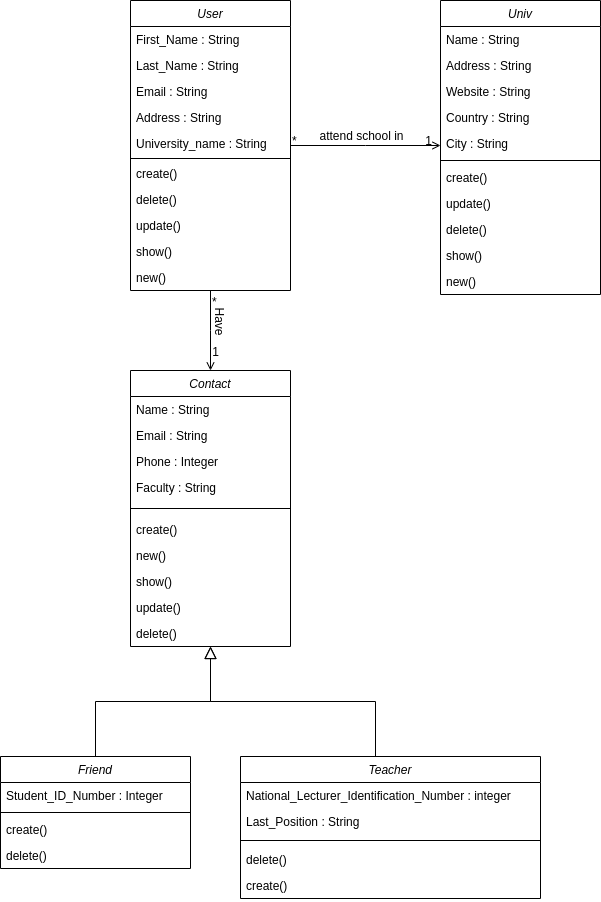
The draw.io diagram DPL_UML_RAILS.png in MyPumpkinz/Inheritance-in-Rails, before a commit. Source tidied: cells renumbered, new cells last; positions are measured from the earlier drawing's top-left corner, leaving out a move shared by most shapes. The source it was exported from:
```xml
<mxGraphModel>
  <root>
    <mxCell id="0" />
    <mxCell id="1" parent="0" />
    <mxCell id="2" value="User" style="swimlane;fontStyle=2;align=center;verticalAlign=top;horizontal=1;startSize=26;rounded=0;shadow=0;strokeWidth=1;" parent="1" vertex="1">
      <mxGeometry x="130" width="160" height="290" as="geometry" />
    </mxCell>
    <mxCell id="3" value="First_Name : String" style="text;align=left;verticalAlign=top;spacingLeft=4;spacingRight=4;overflow=hidden;" parent="2" vertex="1">
      <mxGeometry y="26" width="160" height="26" as="geometry" />
    </mxCell>
    <mxCell id="4" value="Last_Name : String" style="text;align=left;verticalAlign=top;spacingLeft=4;spacingRight=4;overflow=hidden;rounded=0;shadow=0;html=0;" parent="2" vertex="1">
      <mxGeometry y="52" width="160" height="26" as="geometry" />
    </mxCell>
    <mxCell id="5" value="Email : String" style="text;align=left;verticalAlign=top;spacingLeft=4;spacingRight=4;overflow=hidden;rounded=0;shadow=0;html=0;" parent="2" vertex="1">
      <mxGeometry y="78" width="160" height="26" as="geometry" />
    </mxCell>
    <mxCell id="6" value="Address : String" style="text;align=left;verticalAlign=top;spacingLeft=4;spacingRight=4;overflow=hidden;rounded=0;shadow=0;html=0;" parent="2" vertex="1">
      <mxGeometry y="104" width="160" height="26" as="geometry" />
    </mxCell>
    <mxCell id="7" value="University_name : String" style="text;align=left;verticalAlign=top;spacingLeft=4;spacingRight=4;overflow=hidden;points=[[0,0.5],[1,0.5]];portConstraint=eastwest;rounded=0;shadow=0;html=0;" parent="2" vertex="1">
      <mxGeometry y="130" width="160" height="26" as="geometry" />
    </mxCell>
    <mxCell id="8" style="line;html=1;strokeWidth=1;align=left;verticalAlign=middle;spacingTop=-1;spacingLeft=3;spacingRight=3;labelPosition=right;" parent="2" vertex="1">
      <mxGeometry y="156" width="160" height="4" as="geometry" />
    </mxCell>
    <mxCell id="9" value="create()" style="text;align=left;verticalAlign=top;spacingLeft=4;spacingRight=4;overflow=hidden;" parent="2" vertex="1">
      <mxGeometry y="160" width="160" height="26" as="geometry" />
    </mxCell>
    <mxCell id="10" value="delete()" style="text;align=left;verticalAlign=top;spacingLeft=4;spacingRight=4;overflow=hidden;" parent="2" vertex="1">
      <mxGeometry y="186" width="160" height="26" as="geometry" />
    </mxCell>
    <mxCell id="11" value="update()" style="text;align=left;verticalAlign=top;spacingLeft=4;spacingRight=4;overflow=hidden;" parent="2" vertex="1">
      <mxGeometry y="212" width="160" height="26" as="geometry" />
    </mxCell>
    <mxCell id="12" value="show()" style="text;align=left;verticalAlign=top;spacingLeft=4;spacingRight=4;overflow=hidden;" parent="2" vertex="1">
      <mxGeometry y="238" width="160" height="26" as="geometry" />
    </mxCell>
    <mxCell id="13" value="new()" style="text;align=left;verticalAlign=top;spacingLeft=4;spacingRight=4;overflow=hidden;points=[[0,0.5],[1,0.5]];portConstraint=eastwest;" parent="2" vertex="1">
      <mxGeometry y="264" width="160" height="26" as="geometry" />
    </mxCell>
    <mxCell id="14" value="Friend" style="swimlane;fontStyle=2;align=center;verticalAlign=top;horizontal=1;startSize=26;rounded=0;shadow=0;strokeWidth=1;" parent="1" vertex="1">
      <mxGeometry y="756" width="190" height="112" as="geometry" />
    </mxCell>
    <mxCell id="15" value="Student_ID_Number : Integer" style="text;align=left;verticalAlign=top;spacingLeft=4;spacingRight=4;overflow=hidden;rounded=0;shadow=0;html=0;" parent="14" vertex="1">
      <mxGeometry y="26" width="190" height="26" as="geometry" />
    </mxCell>
    <mxCell id="16" style="line;html=1;strokeWidth=1;align=left;verticalAlign=middle;spacingTop=-1;spacingLeft=3;spacingRight=3;labelPosition=right;" parent="14" vertex="1">
      <mxGeometry y="52" width="190" height="8" as="geometry" />
    </mxCell>
    <mxCell id="17" value="create()" style="text;align=left;verticalAlign=top;spacingLeft=4;spacingRight=4;overflow=hidden;" parent="14" vertex="1">
      <mxGeometry y="60" width="190" height="26" as="geometry" />
    </mxCell>
    <mxCell id="18" value="delete()" style="text;align=left;verticalAlign=top;spacingLeft=4;spacingRight=4;overflow=hidden;" parent="14" vertex="1">
      <mxGeometry y="86" width="190" height="26" as="geometry" />
    </mxCell>
    <mxCell id="19" style="endArrow=block;endSize=10;endFill=0;shadow=0;strokeWidth=1;rounded=0;edgeStyle=elbowEdgeStyle;elbow=vertical;exitX=0.5;exitY=0;exitDx=0;exitDy=0;" parent="1" edge="1" source="14" target="53">
      <mxGeometry relative="1" as="geometry" />
    </mxCell>
    <mxCell id="20" value="Teacher" style="swimlane;fontStyle=2;align=center;verticalAlign=top;horizontal=1;startSize=26;rounded=0;shadow=0;strokeWidth=1;" parent="1" vertex="1">
      <mxGeometry x="240" y="756" width="300" height="142" as="geometry" />
    </mxCell>
    <mxCell id="21" value="National_Lecturer_Identification_Number : integer" style="text;align=left;verticalAlign=top;spacingLeft=4;spacingRight=4;overflow=hidden;rounded=0;shadow=0;html=0;" parent="20" vertex="1">
      <mxGeometry y="26" width="300" height="26" as="geometry" />
    </mxCell>
    <mxCell id="22" value="Last_Position : String" style="text;align=left;verticalAlign=top;spacingLeft=4;spacingRight=4;overflow=hidden;rounded=0;shadow=0;html=0;" parent="20" vertex="1">
      <mxGeometry y="52" width="300" height="26" as="geometry" />
    </mxCell>
    <mxCell id="23" style="line;html=1;strokeWidth=1;align=left;verticalAlign=middle;spacingTop=-1;spacingLeft=3;spacingRight=3;labelPosition=right;" parent="20" vertex="1">
      <mxGeometry y="78" width="300" height="12" as="geometry" />
    </mxCell>
    <mxCell id="24" value="delete()" style="text;align=left;verticalAlign=top;spacingLeft=4;spacingRight=4;overflow=hidden;" parent="20" vertex="1">
      <mxGeometry y="90" width="300" height="26" as="geometry" />
    </mxCell>
    <mxCell id="25" value="create()" style="text;align=left;verticalAlign=top;spacingLeft=4;spacingRight=4;overflow=hidden;" parent="20" vertex="1">
      <mxGeometry y="116" width="300" height="26" as="geometry" />
    </mxCell>
    <mxCell id="26" style="endArrow=block;endSize=10;endFill=0;shadow=0;strokeWidth=1;rounded=0;edgeStyle=elbowEdgeStyle;elbow=vertical;entryX=0.5;entryY=1;entryDx=0;entryDy=0;" parent="1" edge="1" target="43">
      <mxGeometry relative="1" as="geometry">
        <mxPoint x="375" y="756" as="sourcePoint" />
      </mxGeometry>
    </mxCell>
    <mxCell id="27" value="Univ" style="swimlane;fontStyle=2;align=center;verticalAlign=top;horizontal=1;startSize=26;rounded=0;shadow=0;strokeWidth=1;" parent="1" vertex="1">
      <mxGeometry x="440" width="160" height="294" as="geometry" />
    </mxCell>
    <mxCell id="28" value="Name : String" style="text;align=left;verticalAlign=top;spacingLeft=4;spacingRight=4;overflow=hidden;" parent="27" vertex="1">
      <mxGeometry y="26" width="160" height="26" as="geometry" />
    </mxCell>
    <mxCell id="29" value="Address : String" style="text;align=left;verticalAlign=top;spacingLeft=4;spacingRight=4;overflow=hidden;rounded=0;shadow=0;html=0;" parent="27" vertex="1">
      <mxGeometry y="52" width="160" height="26" as="geometry" />
    </mxCell>
    <mxCell id="30" value="Website : String" style="text;align=left;verticalAlign=top;spacingLeft=4;spacingRight=4;overflow=hidden;rounded=0;shadow=0;html=0;" parent="27" vertex="1">
      <mxGeometry y="78" width="160" height="26" as="geometry" />
    </mxCell>
    <mxCell id="31" value="Country : String" style="text;align=left;verticalAlign=top;spacingLeft=4;spacingRight=4;overflow=hidden;rounded=0;shadow=0;html=0;" parent="27" vertex="1">
      <mxGeometry y="104" width="160" height="26" as="geometry" />
    </mxCell>
    <mxCell id="32" value="City : String" style="text;align=left;verticalAlign=top;spacingLeft=4;spacingRight=4;overflow=hidden;points=[[0,0.5],[1,0.5]];portConstraint=eastwest;rounded=0;shadow=0;html=0;" parent="27" vertex="1">
      <mxGeometry y="130" width="160" height="26" as="geometry" />
    </mxCell>
    <mxCell id="33" style="line;html=1;strokeWidth=1;align=left;verticalAlign=middle;spacingTop=-1;spacingLeft=3;spacingRight=3;labelPosition=right;" parent="27" vertex="1">
      <mxGeometry y="156" width="160" height="8" as="geometry" />
    </mxCell>
    <mxCell id="34" value="create()" style="text;align=left;verticalAlign=top;spacingLeft=4;spacingRight=4;overflow=hidden;" parent="27" vertex="1">
      <mxGeometry y="164" width="160" height="26" as="geometry" />
    </mxCell>
    <mxCell id="35" value="update()" style="text;align=left;verticalAlign=top;spacingLeft=4;spacingRight=4;overflow=hidden;" parent="27" vertex="1">
      <mxGeometry y="190" width="160" height="26" as="geometry" />
    </mxCell>
    <mxCell id="36" value="delete()" style="text;align=left;verticalAlign=top;spacingLeft=4;spacingRight=4;overflow=hidden;" parent="27" vertex="1">
      <mxGeometry y="216" width="160" height="26" as="geometry" />
    </mxCell>
    <mxCell id="37" value="show()" style="text;align=left;verticalAlign=top;spacingLeft=4;spacingRight=4;overflow=hidden;" parent="27" vertex="1">
      <mxGeometry y="242" width="160" height="26" as="geometry" />
    </mxCell>
    <mxCell id="38" value="new()" style="text;align=left;verticalAlign=top;spacingLeft=4;spacingRight=4;overflow=hidden;" parent="27" vertex="1">
      <mxGeometry y="268" width="160" height="26" as="geometry" />
    </mxCell>
    <mxCell id="39" style="endArrow=open;shadow=0;strokeWidth=1;rounded=0;endFill=1;edgeStyle=elbowEdgeStyle;elbow=vertical;" parent="1" edge="1" source="2" target="27">
      <mxGeometry x="0.5" y="41" relative="1" as="geometry">
        <mxPoint x="-40" y="32" as="offset" />
      </mxGeometry>
    </mxCell>
    <mxCell id="40" value="*" style="align=left;verticalAlign=bottom;labelBackgroundColor=none;fontSize=12;" parent="39" vertex="1">
      <mxGeometry x="-1" relative="1" as="geometry">
        <mxPoint y="4" as="offset" />
      </mxGeometry>
    </mxCell>
    <mxCell id="41" value="1" style="align=right;verticalAlign=bottom;labelBackgroundColor=none;fontSize=12;" parent="39" vertex="1">
      <mxGeometry x="1" relative="1" as="geometry">
        <mxPoint x="-7" y="4" as="offset" />
      </mxGeometry>
    </mxCell>
    <mxCell id="42" value="attend school in" style="text;html=1;align=center;verticalAlign=middle;labelBackgroundColor=none;rounded=0;shadow=0;strokeWidth=1;fontSize=12;" parent="39" vertex="1">
      <mxGeometry x="0.5" y="49" relative="1" as="geometry">
        <mxPoint x="-43" y="39" as="offset" />
      </mxGeometry>
    </mxCell>
    <mxCell id="43" value="Contact" style="swimlane;fontStyle=2;align=center;verticalAlign=top;horizontal=1;startSize=26;rounded=0;shadow=0;strokeWidth=1;" parent="1" vertex="1">
      <mxGeometry x="130" y="370" width="160" height="276" as="geometry" />
    </mxCell>
    <mxCell id="44" value="Name : String" style="text;align=left;verticalAlign=top;spacingLeft=4;spacingRight=4;overflow=hidden;" parent="43" vertex="1">
      <mxGeometry y="26" width="160" height="26" as="geometry" />
    </mxCell>
    <mxCell id="45" value="Email : String" style="text;align=left;verticalAlign=top;spacingLeft=4;spacingRight=4;overflow=hidden;rounded=0;shadow=0;html=0;" parent="43" vertex="1">
      <mxGeometry y="52" width="160" height="26" as="geometry" />
    </mxCell>
    <mxCell id="46" value="Phone : Integer" style="text;align=left;verticalAlign=top;spacingLeft=4;spacingRight=4;overflow=hidden;rounded=0;shadow=0;html=0;" parent="43" vertex="1">
      <mxGeometry y="78" width="160" height="26" as="geometry" />
    </mxCell>
    <mxCell id="47" value="Faculty : String" style="text;align=left;verticalAlign=top;spacingLeft=4;spacingRight=4;overflow=hidden;rounded=0;shadow=0;html=0;" parent="43" vertex="1">
      <mxGeometry y="104" width="160" height="26" as="geometry" />
    </mxCell>
    <mxCell id="48" style="line;html=1;strokeWidth=1;align=left;verticalAlign=middle;spacingTop=-1;spacingLeft=3;spacingRight=3;labelPosition=right;" parent="43" vertex="1">
      <mxGeometry y="130" width="160" height="16" as="geometry" />
    </mxCell>
    <mxCell id="49" value="create()" style="text;align=left;verticalAlign=top;spacingLeft=4;spacingRight=4;overflow=hidden;" parent="43" vertex="1">
      <mxGeometry y="146" width="160" height="26" as="geometry" />
    </mxCell>
    <mxCell id="50" value="new()" style="text;align=left;verticalAlign=top;spacingLeft=4;spacingRight=4;overflow=hidden;" parent="43" vertex="1">
      <mxGeometry y="172" width="160" height="26" as="geometry" />
    </mxCell>
    <mxCell id="51" value="show()" style="text;align=left;verticalAlign=top;spacingLeft=4;spacingRight=4;overflow=hidden;" parent="43" vertex="1">
      <mxGeometry y="198" width="160" height="26" as="geometry" />
    </mxCell>
    <mxCell id="52" value="update()" style="text;align=left;verticalAlign=top;spacingLeft=4;spacingRight=4;overflow=hidden;" parent="43" vertex="1">
      <mxGeometry y="224" width="160" height="26" as="geometry" />
    </mxCell>
    <mxCell id="53" value="delete()" style="text;align=left;verticalAlign=top;spacingLeft=4;spacingRight=4;overflow=hidden;points=[[0,0.5],[1,0.5]];portConstraint=eastwest;" parent="43" vertex="1">
      <mxGeometry y="250" width="160" height="26" as="geometry" />
    </mxCell>
    <mxCell id="54" style="endArrow=open;shadow=0;strokeWidth=1;rounded=0;endFill=1;edgeStyle=elbowEdgeStyle;elbow=vertical;" parent="1" edge="1">
      <mxGeometry x="0.5" y="41" relative="1" as="geometry">
        <mxPoint x="210" y="290" as="sourcePoint" />
        <mxPoint x="210" y="370" as="targetPoint" />
        <mxPoint x="-40" y="32" as="offset" />
      </mxGeometry>
    </mxCell>
    <mxCell id="55" value="*" style="align=left;verticalAlign=bottom;labelBackgroundColor=none;fontSize=12;" parent="54" vertex="1">
      <mxGeometry x="-1" relative="1" as="geometry">
        <mxPoint y="20" as="offset" />
      </mxGeometry>
    </mxCell>
    <mxCell id="56" value="1" style="align=right;verticalAlign=bottom;labelBackgroundColor=none;fontSize=12;" parent="54" vertex="1">
      <mxGeometry x="1" relative="1" as="geometry">
        <mxPoint x="10" y="-10" as="offset" />
      </mxGeometry>
    </mxCell>
    <mxCell id="57" value="Have" style="text;html=1;align=center;verticalAlign=middle;labelBackgroundColor=none;rounded=0;shadow=0;strokeWidth=1;fontSize=12;rotation=90;" parent="54" vertex="1">
      <mxGeometry x="0.5" y="49" relative="1" as="geometry">
        <mxPoint x="-39" y="-30" as="offset" />
      </mxGeometry>
    </mxCell>
  </root>
</mxGraphModel>
```
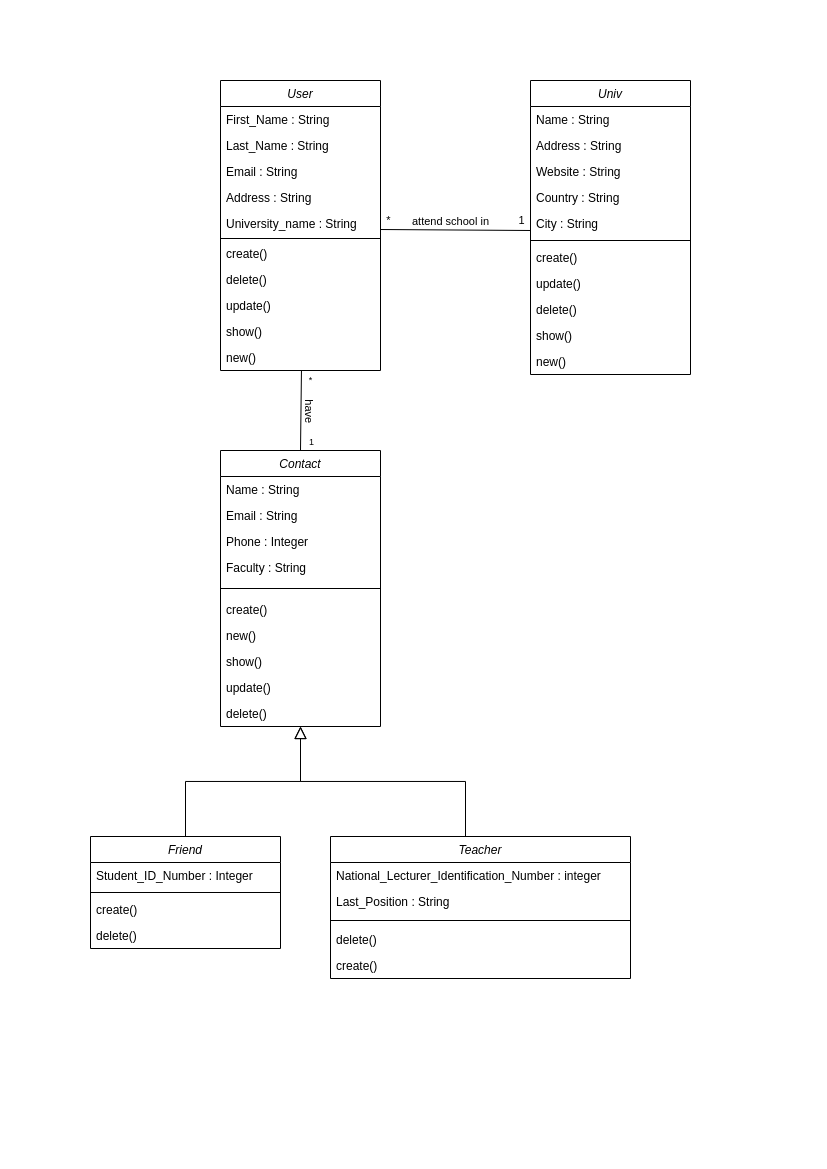
The same file after the commit.

The edit, as a diff of the source:
```diff
@@ -115,26 +115,6 @@
     <mxCell id="38" value="new()" style="text;align=left;verticalAlign=top;spacingLeft=4;spacingRight=4;overflow=hidden;" parent="27" vertex="1">
       <mxGeometry y="268" width="160" height="26" as="geometry" />
     </mxCell>
-    <mxCell id="39" style="endArrow=open;shadow=0;strokeWidth=1;rounded=0;endFill=1;edgeStyle=elbowEdgeStyle;elbow=vertical;" parent="1" edge="1" source="2" target="27">
-      <mxGeometry x="0.5" y="41" relative="1" as="geometry">
-        <mxPoint x="-40" y="32" as="offset" />
-      </mxGeometry>
-    </mxCell>
-    <mxCell id="40" value="*" style="align=left;verticalAlign=bottom;labelBackgroundColor=none;fontSize=12;" parent="39" vertex="1">
-      <mxGeometry x="-1" relative="1" as="geometry">
-        <mxPoint y="4" as="offset" />
-      </mxGeometry>
-    </mxCell>
-    <mxCell id="41" value="1" style="align=right;verticalAlign=bottom;labelBackgroundColor=none;fontSize=12;" parent="39" vertex="1">
-      <mxGeometry x="1" relative="1" as="geometry">
-        <mxPoint x="-7" y="4" as="offset" />
-      </mxGeometry>
-    </mxCell>
-    <mxCell id="42" value="attend school in" style="text;html=1;align=center;verticalAlign=middle;labelBackgroundColor=none;rounded=0;shadow=0;strokeWidth=1;fontSize=12;" parent="39" vertex="1">
-      <mxGeometry x="0.5" y="49" relative="1" as="geometry">
-        <mxPoint x="-43" y="39" as="offset" />
-      </mxGeometry>
-    </mxCell>
     <mxCell id="43" value="Contact" style="swimlane;fontStyle=2;align=center;verticalAlign=top;horizontal=1;startSize=26;rounded=0;shadow=0;strokeWidth=1;" parent="1" vertex="1">
       <mxGeometry x="130" y="370" width="160" height="276" as="geometry" />
     </mxCell>
@@ -168,27 +148,41 @@
     <mxCell id="53" value="delete()" style="text;align=left;verticalAlign=top;spacingLeft=4;spacingRight=4;overflow=hidden;points=[[0,0.5],[1,0.5]];portConstraint=eastwest;" parent="43" vertex="1">
       <mxGeometry y="250" width="160" height="26" as="geometry" />
     </mxCell>
-    <mxCell id="54" style="endArrow=open;shadow=0;strokeWidth=1;rounded=0;endFill=1;edgeStyle=elbowEdgeStyle;elbow=vertical;" parent="1" edge="1">
-      <mxGeometry x="0.5" y="41" relative="1" as="geometry">
-        <mxPoint x="210" y="290" as="sourcePoint" />
-        <mxPoint x="210" y="370" as="targetPoint" />
-        <mxPoint x="-40" y="32" as="offset" />
-      </mxGeometry>
-    </mxCell>
-    <mxCell id="55" value="*" style="align=left;verticalAlign=bottom;labelBackgroundColor=none;fontSize=12;" parent="54" vertex="1">
-      <mxGeometry x="-1" relative="1" as="geometry">
-        <mxPoint y="20" as="offset" />
-      </mxGeometry>
-    </mxCell>
-    <mxCell id="56" value="1" style="align=right;verticalAlign=bottom;labelBackgroundColor=none;fontSize=12;" parent="54" vertex="1">
-      <mxGeometry x="1" relative="1" as="geometry">
-        <mxPoint x="10" y="-10" as="offset" />
-      </mxGeometry>
-    </mxCell>
-    <mxCell id="57" value="Have" style="text;html=1;align=center;verticalAlign=middle;labelBackgroundColor=none;rounded=0;shadow=0;strokeWidth=1;fontSize=12;rotation=90;" parent="54" vertex="1">
-      <mxGeometry x="0.5" y="49" relative="1" as="geometry">
-        <mxPoint x="-39" y="-30" as="offset" />
-      </mxGeometry>
-    </mxCell>
+    <mxCell id="58" style="endArrow=none;html=1;rounded=0;exitX=1.001;exitY=0.731;exitDx=0;exitDy=0;exitPerimeter=0;entryX=0;entryY=0.769;entryDx=0;entryDy=0;entryPerimeter=0;" parent="1" edge="1" source="7" target="32">
+      <mxGeometry relative="1" as="geometry" />
+    </mxCell>
+    <mxCell id="42" value="attend school in" style="edgeLabel;html=1;align=center;verticalAlign=middle;" parent="58" vertex="1">
+      <mxGeometry x="-0.18" relative="1" as="geometry">
+        <mxPoint x="9" y="-9" as="offset" />
+      </mxGeometry>
+    </mxCell>
+    <mxCell id="59" value="*" style="edgeLabel;html=1;align=center;verticalAlign=middle;" parent="58" vertex="1">
+      <mxGeometry x="-0.91" y="-2" relative="1" as="geometry">
+        <mxPoint y="-11" as="offset" />
+      </mxGeometry>
+    </mxCell>
+    <mxCell id="60" value="1" style="edgeLabel;html=1;align=center;verticalAlign=middle;" parent="58" vertex="1">
+      <mxGeometry x="0.88" relative="1" as="geometry">
+        <mxPoint y="-10" as="offset" />
+      </mxGeometry>
+    </mxCell>
+    <mxCell id="61" style="endArrow=none;html=1;strokeColor=default;curved=1;entryX=0.5;entryY=0;entryDx=0;entryDy=0;exitX=0.506;exitY=0.994;exitDx=0;exitDy=0;exitPerimeter=0;" parent="1" edge="1" source="13" target="43">
+      <mxGeometry relative="1" as="geometry" />
+    </mxCell>
+    <mxCell id="62" value="have" style="edgeLabel;html=1;align=center;verticalAlign=middle;rotation=90;" parent="61" vertex="1">
+      <mxGeometry x="-0.26" y="1" relative="1" as="geometry">
+        <mxPoint x="8" y="11" as="offset" />
+      </mxGeometry>
+    </mxCell>
+    <mxCell id="63" value="*" style="edgeLabel;html=1;align=center;verticalAlign=middle;fontSize=9;" parent="61" vertex="1">
+      <mxGeometry x="-0.88" relative="1" as="geometry">
+        <mxPoint x="9" y="5" as="offset" />
+      </mxGeometry>
+    </mxCell>
+    <mxCell id="64" value="1" style="edgeLabel;html=1;align=center;verticalAlign=middle;fontSize=9;" parent="61" vertex="1">
+      <mxGeometry x="0.79" y="1" relative="1" as="geometry">
+        <mxPoint x="9" as="offset" />
+      </mxGeometry>
+    </mxCell>
   </root>
 </mxGraphModel>
```
